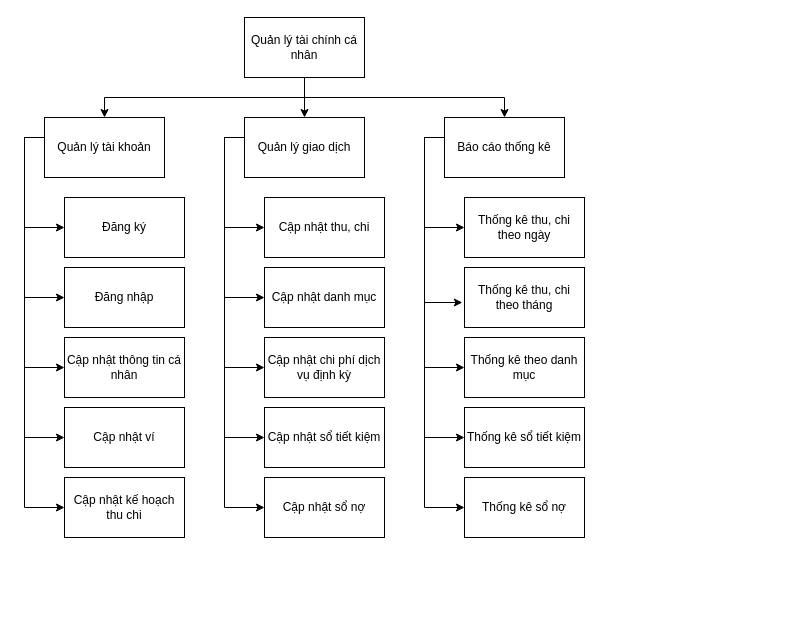
Earlier version of the draw.io diagram DacTaPhanMem/hiep_tran/Sơ đồ phân rã chức năng.drawio (TranHuyHiep/Nam4_KyI). Source tidied: cells renumbered, new cells numbered last; positions are measured from the earlier drawing's top-left corner, leaving out a move shared by most shapes. Both pictures are drawn from the tidied source at 100%, with x=0, y=0 at pixel (24, 17).
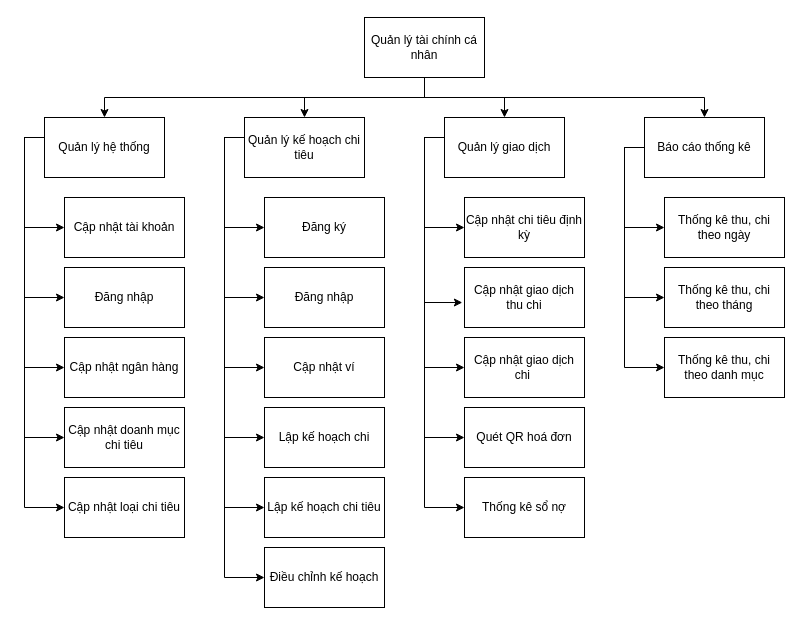
Above is the later version.

The edit, as a diff of the source:
```diff
@@
     <mxCell id="2" style="edgeStyle=orthogonalEdgeStyle;rounded=0;jettySize=auto;html=1;entryX=0.5;entryY=0;entryDx=0;entryDy=0;" parent="1" edge="1" source="5" target="11">
       <mxGeometry relative="1" as="geometry">
         <Array as="points">
-          <mxPoint x="280" y="80" />
+          <mxPoint x="400" y="80" />
           <mxPoint x="80" y="80" />
         </Array>
       </mxGeometry>
     </mxCell>
@@
     <mxCell id="4" style="edgeStyle=orthogonalEdgeStyle;rounded=0;jettySize=auto;html=1;entryX=0.5;entryY=0;entryDx=0;entryDy=0;" parent="1" edge="1" source="5" target="23">
       <mxGeometry relative="1" as="geometry">
         <Array as="points">
-          <mxPoint x="280" y="80" />
+          <mxPoint x="400" y="80" />
           <mxPoint x="480" y="80" />
         </Array>
       </mxGeometry>
     </mxCell>
+    <mxCell id="39" style="edgeStyle=orthogonalEdgeStyle;rounded=0;jettySize=auto;html=1;entryX=0.5;entryY=0;entryDx=0;entryDy=0;" parent="1" edge="1" source="5" target="45">
+      <mxGeometry relative="1" as="geometry">
+        <Array as="points">
+          <mxPoint x="400" y="80" />
+          <mxPoint x="680" y="80" />
+        </Array>
+      </mxGeometry>
+    </mxCell>
     <mxCell id="5" value="Quản lý tài chính cá nhân" style="rounded=0;whiteSpace=wrap;html=1;" parent="1" vertex="1">
-      <mxGeometry x="220" width="120" height="60" as="geometry" />
+      <mxGeometry x="340" width="120" height="60" as="geometry" />
     </mxCell>
@@
-    <mxCell id="11" value="Quản lý tài khoản" style="rounded=0;whiteSpace=wrap;html=1;" parent="1" vertex="1">
+    <mxCell id="11" value="Quản lý hệ thống" style="rounded=0;whiteSpace=wrap;html=1;" parent="1" vertex="1">
       <mxGeometry x="20" y="100" width="120" height="60" as="geometry" />
     </mxCell>
@@
+    <mxCell id="40" style="edgeStyle=orthogonalEdgeStyle;rounded=0;jettySize=auto;html=1;entryX=0;entryY=0.5;entryDx=0;entryDy=0;" parent="1" edge="1" source="17" target="41">
+      <mxGeometry relative="1" as="geometry">
+        <Array as="points">
+          <mxPoint x="200" y="120" />
+          <mxPoint x="200" y="560" />
+        </Array>
+      </mxGeometry>
+    </mxCell>
-    <mxCell id="17" value="Quản lý giao dịch" style="rounded=0;whiteSpace=wrap;html=1;" parent="1" vertex="1">
+    <mxCell id="17" value="Quản lý kế hoạch chi tiêu" style="rounded=0;whiteSpace=wrap;html=1;" parent="1" vertex="1">
       <mxGeometry x="220" y="100" width="120" height="60" as="geometry" />
     </mxCell>
@@
-    <mxCell id="23" value="Báo cáo thống kê" style="rounded=0;whiteSpace=wrap;html=1;" parent="1" vertex="1">
+    <mxCell id="23" value="Quản lý giao dịch" style="rounded=0;whiteSpace=wrap;html=1;" parent="1" vertex="1">
       <mxGeometry x="420" y="100" width="120" height="60" as="geometry" />
     </mxCell>
-    <mxCell id="24" value="Cập nhật ví" style="rounded=0;whiteSpace=wrap;html=1;" parent="1" vertex="1">
+    <mxCell id="24" value="Cập nhật doanh mục chi tiêu" style="rounded=0;whiteSpace=wrap;html=1;" parent="1" vertex="1">
       <mxGeometry x="40" y="390" width="120" height="60" as="geometry" />
     </mxCell>
-    <mxCell id="25" value="Cập nhật thu, chi" style="rounded=0;whiteSpace=wrap;html=1;" parent="1" vertex="1">
+    <mxCell id="25" value="Đăng ký" style="rounded=0;whiteSpace=wrap;html=1;" parent="1" vertex="1">
       <mxGeometry x="240" y="180" width="120" height="60" as="geometry" />
     </mxCell>
-    <mxCell id="26" value="Cập nhật danh mục" style="rounded=0;whiteSpace=wrap;html=1;" parent="1" vertex="1">
+    <mxCell id="26" value="Đăng nhập" style="rounded=0;whiteSpace=wrap;html=1;" parent="1" vertex="1">
       <mxGeometry x="240" y="250" width="120" height="60" as="geometry" />
     </mxCell>
-    <mxCell id="27" value="Thống kê thu, chi theo ngày" style="rounded=0;whiteSpace=wrap;html=1;" parent="1" vertex="1">
+    <mxCell id="27" value="Cập nhật chi tiêu định kỳ" style="rounded=0;whiteSpace=wrap;html=1;" parent="1" vertex="1">
       <mxGeometry x="440" y="180" width="120" height="60" as="geometry" />
     </mxCell>
-    <mxCell id="28" value="Thống kê thu, chi theo tháng" style="rounded=0;whiteSpace=wrap;html=1;" parent="1" vertex="1">
+    <mxCell id="28" value="Cập nhật giao dịch thu chi" style="rounded=0;whiteSpace=wrap;html=1;" parent="1" vertex="1">
       <mxGeometry x="440" y="250" width="120" height="60" as="geometry" />
     </mxCell>
-    <mxCell id="29" value="Cập nhật thông tin cá nhân" style="rounded=0;whiteSpace=wrap;html=1;" parent="1" vertex="1">
+    <mxCell id="29" value="Cập nhật ngân hàng" style="rounded=0;whiteSpace=wrap;html=1;" parent="1" vertex="1">
       <mxGeometry x="40" y="320" width="120" height="60" as="geometry" />
     </mxCell>
-    <mxCell id="30" value="Thống kê theo danh mục" style="rounded=0;whiteSpace=wrap;html=1;" parent="1" vertex="1">
+    <mxCell id="30" value="Cập nhật giao dịch chi&amp;nbsp;" style="rounded=0;whiteSpace=wrap;html=1;" parent="1" vertex="1">
       <mxGeometry x="440" y="320" width="120" height="60" as="geometry" />
     </mxCell>
-    <mxCell id="31" value="Thống kê sổ tiết kiệm" style="rounded=0;whiteSpace=wrap;html=1;" parent="1" vertex="1">
+    <mxCell id="31" value="Quét QR hoá đơn" style="rounded=0;whiteSpace=wrap;html=1;" parent="1" vertex="1">
       <mxGeometry x="440" y="390" width="120" height="60" as="geometry" />
     </mxCell>
-    <mxCell id="32" value="Cập nhật sổ tiết kiệm" style="rounded=0;whiteSpace=wrap;html=1;" parent="1" vertex="1">
+    <mxCell id="32" value="Lập kế hoạch chi" style="rounded=0;whiteSpace=wrap;html=1;" parent="1" vertex="1">
       <mxGeometry x="240" y="390" width="120" height="60" as="geometry" />
     </mxCell>
-    <mxCell id="33" value="Đăng ký" style="rounded=0;whiteSpace=wrap;html=1;" parent="1" vertex="1">
+    <mxCell id="33" value="Cập nhật tài khoản" style="rounded=0;whiteSpace=wrap;html=1;" parent="1" vertex="1">
       <mxGeometry x="40" y="180" width="120" height="60" as="geometry" />
     </mxCell>
@@
-    <mxCell id="35" value="Cập nhật kế hoạch thu chi" style="rounded=0;whiteSpace=wrap;html=1;" parent="1" vertex="1">
+    <mxCell id="35" value="Cập nhật loại chi tiêu" style="rounded=0;whiteSpace=wrap;html=1;" parent="1" vertex="1">
       <mxGeometry x="40" y="460" width="120" height="60" as="geometry" />
     </mxCell>
-    <mxCell id="36" value="Cập nhật sổ nợ" style="rounded=0;whiteSpace=wrap;html=1;" parent="1" vertex="1">
+    <mxCell id="36" value="Lập kế hoạch chi tiêu" style="rounded=0;whiteSpace=wrap;html=1;" parent="1" vertex="1">
       <mxGeometry x="240" y="460" width="120" height="60" as="geometry" />
     </mxCell>
@@
-    <mxCell id="38" value="Cập nhật chi phí dịch vụ định kỳ" style="rounded=0;whiteSpace=wrap;html=1;" parent="1" vertex="1">
+    <mxCell id="38" value="Cập nhật ví" style="rounded=0;whiteSpace=wrap;html=1;" parent="1" vertex="1">
       <mxGeometry x="240" y="320" width="120" height="60" as="geometry" />
     </mxCell>
+    <mxCell id="41" value="Điều chỉnh kế hoạch" style="rounded=0;whiteSpace=wrap;html=1;" parent="1" vertex="1">
+      <mxGeometry x="240" y="530" width="120" height="60" as="geometry" />
+    </mxCell>
+    <mxCell id="42" style="edgeStyle=orthogonalEdgeStyle;rounded=0;jettySize=auto;html=1;entryX=0;entryY=0.5;entryDx=0;entryDy=0;" parent="1" edge="1" source="45" target="46">
+      <mxGeometry relative="1" as="geometry">
+        <Array as="points">
+          <mxPoint x="600" y="130" />
+          <mxPoint x="600" y="210" />
+        </Array>
+      </mxGeometry>
+    </mxCell>
+    <mxCell id="43" style="edgeStyle=orthogonalEdgeStyle;rounded=0;jettySize=auto;html=1;entryX=0;entryY=0.5;entryDx=0;entryDy=0;" parent="1" edge="1" source="45" target="48">
+      <mxGeometry relative="1" as="geometry">
+        <Array as="points">
+          <mxPoint x="600" y="130" />
+          <mxPoint x="600" y="280" />
+        </Array>
+      </mxGeometry>
+    </mxCell>
+    <mxCell id="44" style="edgeStyle=orthogonalEdgeStyle;rounded=0;jettySize=auto;html=1;entryX=0;entryY=0.5;entryDx=0;entryDy=0;" parent="1" edge="1" source="45" target="49">
+      <mxGeometry relative="1" as="geometry">
+        <Array as="points">
+          <mxPoint x="600" y="130" />
+          <mxPoint x="600" y="350" />
+        </Array>
+      </mxGeometry>
+    </mxCell>
+    <mxCell id="45" value="Báo cáo thống kê" style="rounded=0;whiteSpace=wrap;html=1;" parent="1" vertex="1">
+      <mxGeometry x="620" y="100" width="120" height="60" as="geometry" />
+    </mxCell>
+    <mxCell id="46" value="Thống kê thu, chi theo ngày" style="rounded=0;whiteSpace=wrap;html=1;" parent="1" vertex="1">
+      <mxGeometry x="640" y="180" width="120" height="60" as="geometry" />
+    </mxCell>
+    <mxCell id="47" style="edgeStyle=orthogonalEdgeStyle;rounded=0;orthogonalLoop=1;jettySize=auto;html=1;exitX=0.5;exitY=1;exitDx=0;exitDy=0;" parent="1" edge="1" source="46" target="46">
+      <mxGeometry relative="1" as="geometry" />
+    </mxCell>
+    <mxCell id="48" value="Thống kê thu, chi theo tháng" style="rounded=0;whiteSpace=wrap;html=1;" parent="1" vertex="1">
+      <mxGeometry x="640" y="250" width="120" height="60" as="geometry" />
+    </mxCell>
+    <mxCell id="49" value="Thống kê thu, chi theo danh mục" style="rounded=0;whiteSpace=wrap;html=1;" parent="1" vertex="1">
+      <mxGeometry x="640" y="320" width="120" height="60" as="geometry" />
+    </mxCell>
```
